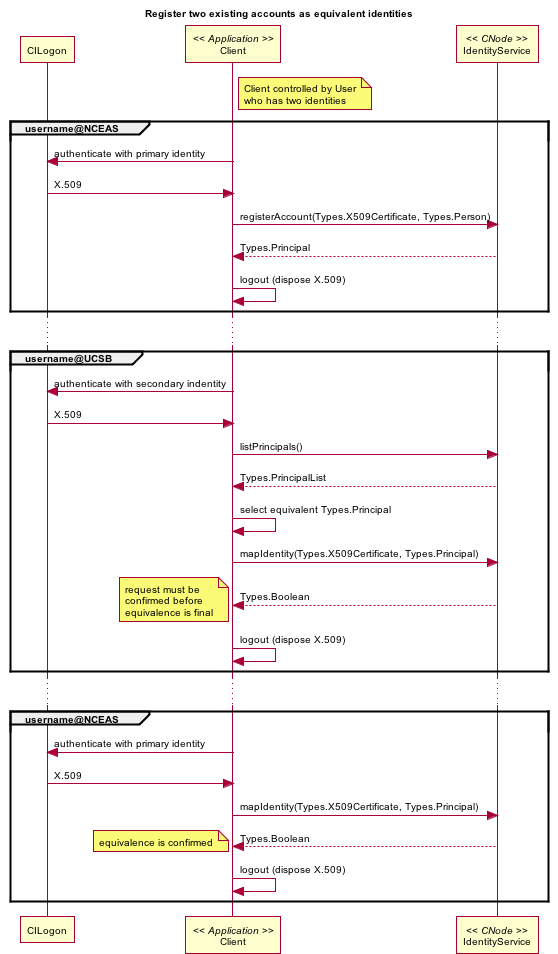
The PlantUML diagram source/design/images/ident_01.png in datadavev/DataONE_architecture, before a commit. Its diagram source:
```plantuml
@startuml images/ident_01.png
skinparam activityFontColor black
skinparam activityFontSize 10
skinparam activityFontName arial
skinparam activityArrowFontColor black
skinparam activityArrowFontSize 10
skinparam activityArrowFontName arial
skinparam classArrowFontColor black
skinparam classArrowFontSize 10
skinparam classArrowFontName arial
skinparam classAttributeFontColor black
skinparam classAttributeFontSize 10
skinparam classAttributeFontName arial
skinparam classFontColor black
skinparam classFontSize 10
skinparam classFontName arial
skinparam componentFontColor black
skinparam componentFontSize 10
skinparam componentFontName arial
skinparam componentArrowFontColor black
skinparam componentArrowFontSize 10
skinparam componentArrowFontName arial
skinparam noteFontColor black
skinparam noteFontSize 10
skinparam noteFontName arial
skinparam packageFontColor black
skinparam packageFontSize 10
skinparam packageFontName arial
skinparam sequenceActorFontColor black
skinparam sequenceActorFontSize 10
skinparam sequenceActorFontName arial
skinparam sequenceArrowFontColor black
skinparam sequenceArrowFontSize 10
skinparam sequenceArrowFontName arial
skinparam sequenceGroupingFontColor black
skinparam sequenceGroupingFontSize 10
skinparam sequenceGroupingFontName arial
skinparam sequenceGroupingHeaderFontColor black
skinparam sequenceGroupingHeaderFontSize 10
skinparam sequenceGroupingHeaderFontName arial
skinparam sequenceParticipantFontColor black
skinparam sequenceParticipantFontSize 10
skinparam sequenceParticipantFontName arial
skinparam sequenceTitleFontColor black
skinparam sequenceTitleFontSize 10
skinparam sequenceTitleFontName arial
skinparam titleFontColor black
skinparam titleFontSize 10
skinparam titleFontName arial
skinparam usecaseFontColor black
skinparam usecaseFontSize 7
skinparam usecaseFontName arial
skinparam usecaseActorFontColor black
skinparam usecaseActorFontSize 7
skinparam usecaseActorFontName arial
skinparam usecaseArrowFontColor black
skinparam usecaseArrowFontSize 7
skinparam usecaseArrowFontName arial
title Register two existing accounts as equivalent identities
participant "CILogon" as cilogon
participant "Client" as client << Application >>
	note right of client
		Client controlled by User
		who has two identities
	end note
participant "IdentityService" as ident << CNode >>

group username@NCEAS
	client -> cilogon:authenticate with primary identity
	client <- cilogon: X.509
	client -> ident: registerAccount(Types.X509Certificate, Types.Person)
	ident --> client: Types.Principal
	client -> client:logout (dispose X.509)
end
...
group username@UCSB
	client -> cilogon:authenticate with secondary indentity
	client <- cilogon: X.509
	client -> ident:listPrincipals()
	ident --> client:Types.PrincipalList
	client -> client:select equivalent Types.Principal
	client -> ident: mapIdentity(Types.X509Certificate, Types.Principal)
	ident --> client: Types.Boolean
	note left
		request must be
		confirmed before
		equivalence is final
	end note
	client -> client:logout (dispose X.509)
end
...
group username@NCEAS
	client -> cilogon:authenticate with primary identity
	client <- cilogon: X.509
	client -> ident: mapIdentity(Types.X509Certificate, Types.Principal)
	ident --> client: Types.Boolean
	note left
		equivalence is confirmed
	end note
	client -> client:logout (dispose X.509)
end

   @enduml
```
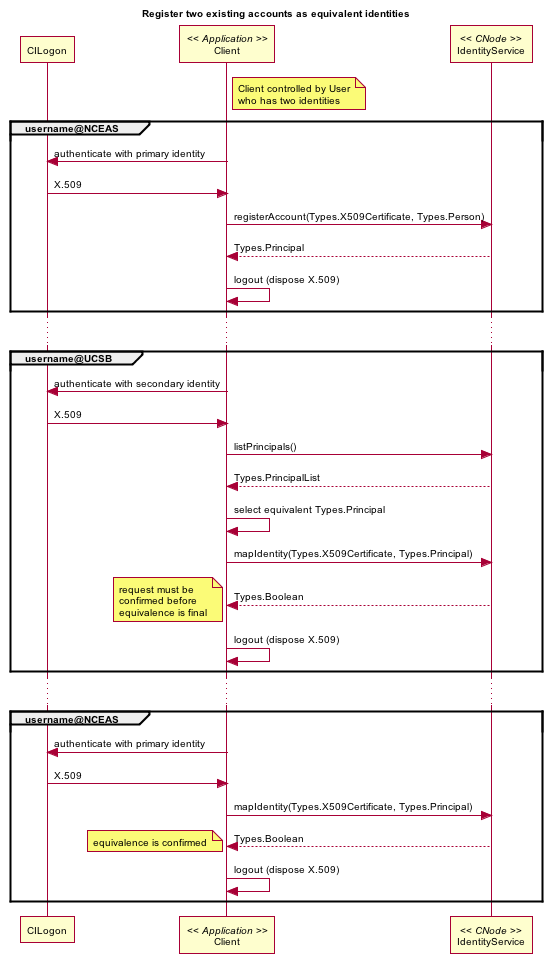
The same diagram one commit later.

Commit message:
more stories for Identity Management service

What changed in the source:
```diff
@@ -74,7 +74,7 @@
 end
 ...
 group username@UCSB
-	client -> cilogon:authenticate with secondary indentity
+	client -> cilogon:authenticate with secondary identity
 	client <- cilogon: X.509
 	client -> ident:listPrincipals()
 	ident --> client:Types.PrincipalList
```
